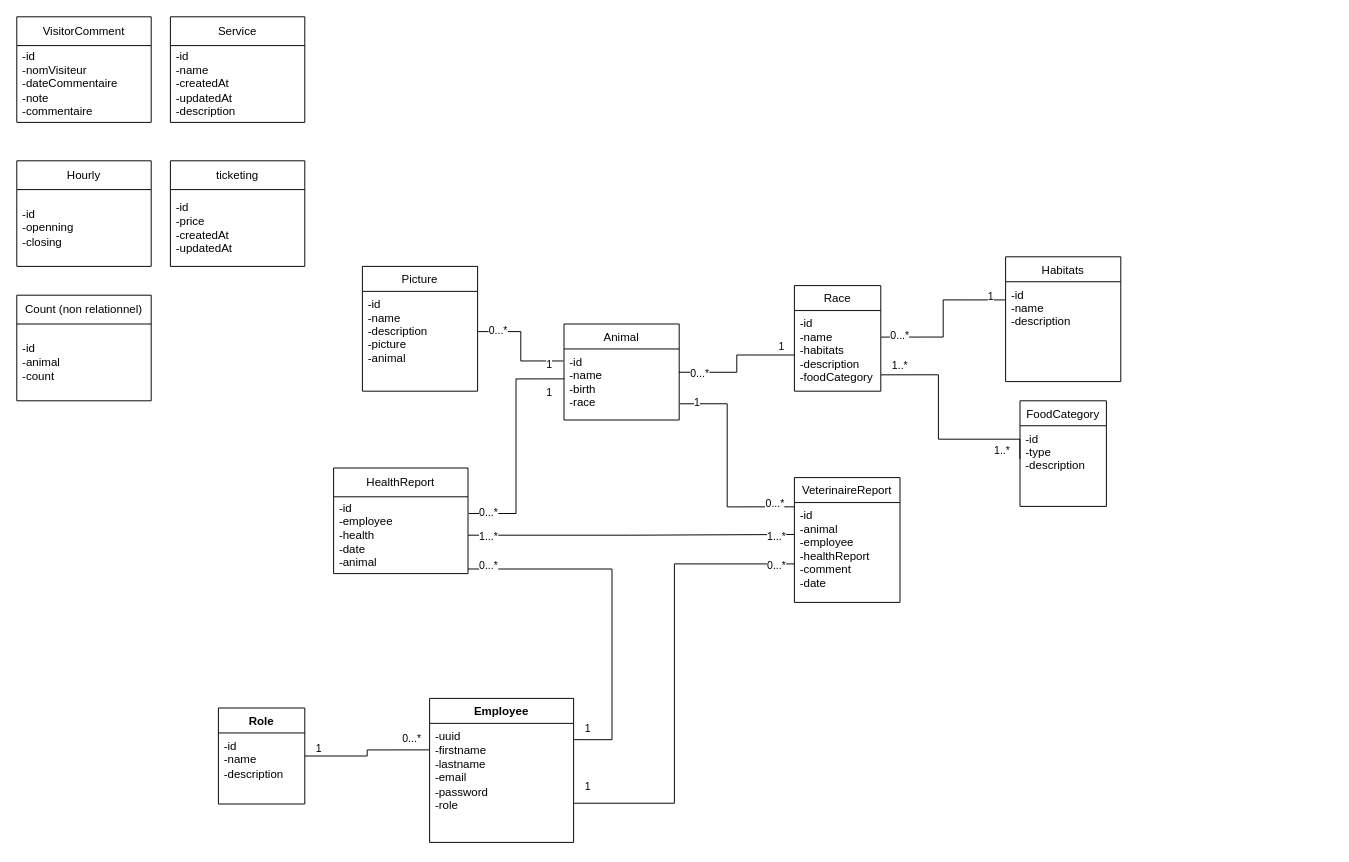
The draw.io diagram ECF - Zoo Arcadia - Diagramme de Classe.drawio in Maxence9113/Zoo-Arcadia, before the edit. Source tidied: cells renumbered, new cells numbered last; positions are measured from the earlier drawing's top-left corner, leaving out a move shared by most shapes. Both pictures are drawn from the tidied source at 96%, with x=0, y=0 at pixel (16, 16).
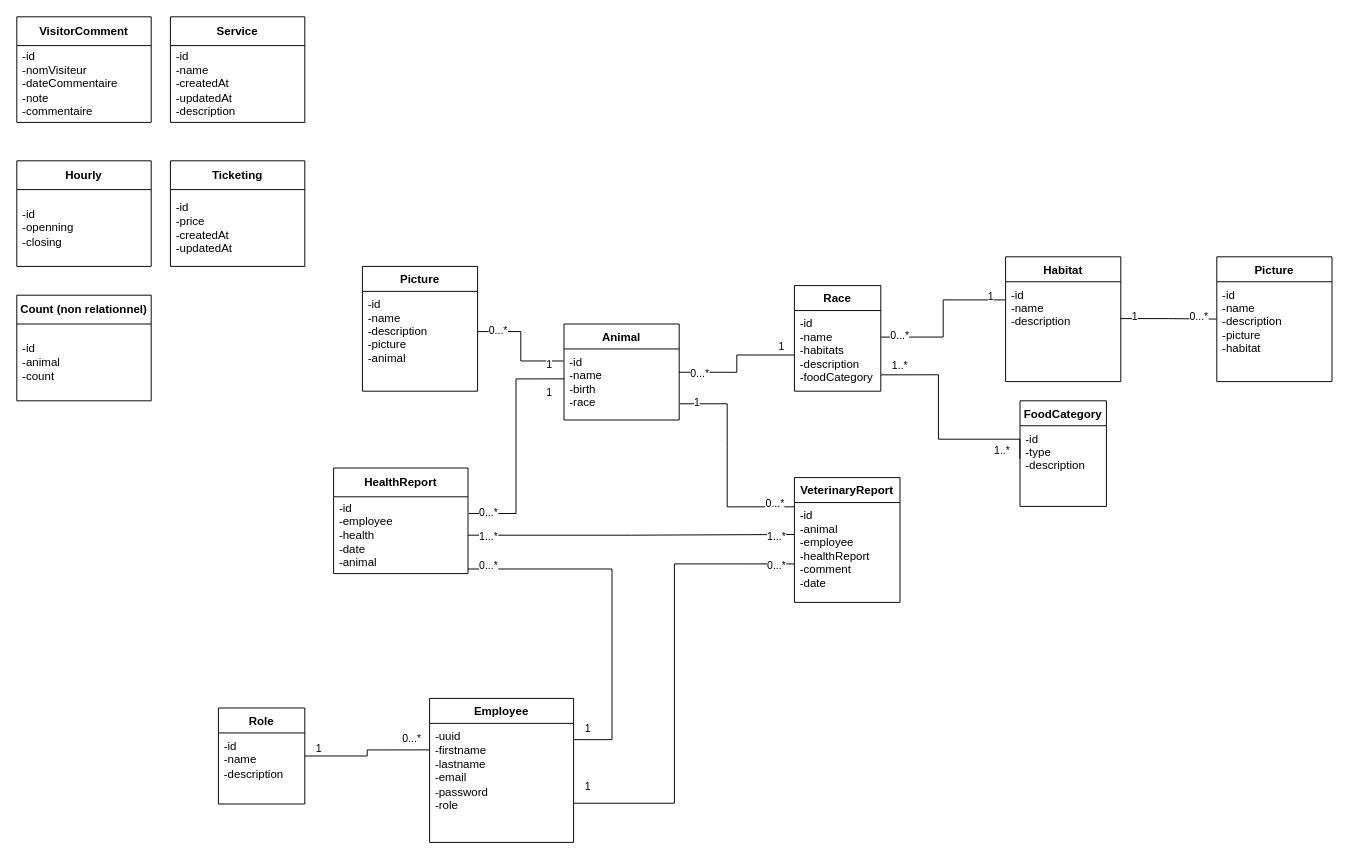
Above is the later version.

Commit message:
Mettre à jour ECF - Zoo Arcadia - Diagramme de Classe.drawio

Unchanged cells that the change refers to:
```xml
<mxCell id="15" value="-id&#10;-name&#10;-description&#10;" style="text;align=left;verticalAlign=top;spacingLeft=4;spacingRight=4;overflow=hidden;points=[[0,0.5],[1,0.5]];portConstraint=eastwest;" parent="14" vertex="1">
  <mxGeometry y="26" width="120" height="104" as="geometry" />
</mxCell>
```

The edit, as a diff of the source:
```diff
@@
-    <mxCell id="2" value="Animal" style="swimlane;fontStyle=0;align=center;verticalAlign=top;horizontal=1;startSize=26;rounded=0;shadow=0;strokeWidth=1;" parent="1" vertex="1">
+    <mxCell id="2" value="Animal" style="swimlane;fontStyle=1;align=center;verticalAlign=top;horizontal=1;startSize=26;rounded=0;shadow=0;strokeWidth=1;" parent="1" vertex="1">
       <mxGeometry x="570" y="320" width="120" height="100" as="geometry" />
     </mxCell>
@@
-    <mxCell id="4" value="Race" style="swimlane;fontStyle=0;align=center;verticalAlign=top;horizontal=1;startSize=26;rounded=0;shadow=0;strokeWidth=1;" parent="1" vertex="1">
+    <mxCell id="4" value="Race" style="swimlane;fontStyle=1;align=center;verticalAlign=top;horizontal=1;startSize=26;rounded=0;shadow=0;strokeWidth=1;" parent="1" vertex="1">
       <mxGeometry x="810" y="280" width="90" height="110" as="geometry" />
     </mxCell>
@@
-    <mxCell id="9" value="FoodCategory" style="swimlane;fontStyle=0;align=center;verticalAlign=top;horizontal=1;startSize=26;rounded=0;shadow=0;strokeWidth=1;" parent="1" vertex="1">
+    <mxCell id="9" value="FoodCategory" style="swimlane;fontStyle=1;align=center;verticalAlign=top;horizontal=1;startSize=26;rounded=0;shadow=0;strokeWidth=1;" parent="1" vertex="1">
       <mxGeometry x="1045" y="400" width="90" height="110" as="geometry" />
     </mxCell>
@@
-    <mxCell id="14" value="Habitats" style="swimlane;fontStyle=0;align=center;verticalAlign=top;horizontal=1;startSize=26;rounded=0;shadow=0;strokeWidth=1;" parent="1" vertex="1">
+    <mxCell id="14" value="Habitat" style="swimlane;fontStyle=1;align=center;verticalAlign=top;horizontal=1;startSize=26;rounded=0;shadow=0;strokeWidth=1;" parent="1" vertex="1">
       <mxGeometry x="1030" y="250" width="120" height="130" as="geometry" />
     </mxCell>
@@
-    <mxCell id="21" value="Service" style="swimlane;fontStyle=0;horizontal=1;startSize=30;whiteSpace=wrap;html=1;" parent="1" vertex="1">
+    <mxCell id="21" value="&lt;b&gt;Service&lt;/b&gt;" style="swimlane;fontStyle=0;horizontal=1;startSize=30;whiteSpace=wrap;html=1;" parent="1" vertex="1">
       <mxGeometry x="160" width="140" height="110" as="geometry" />
     </mxCell>
@@
-    <mxCell id="23" value="Picture" style="swimlane;fontStyle=0;align=center;verticalAlign=top;horizontal=1;startSize=26;rounded=0;shadow=0;strokeWidth=1;" parent="1" vertex="1">
+    <mxCell id="23" value="Picture" style="swimlane;fontStyle=1;align=center;verticalAlign=top;horizontal=1;startSize=26;rounded=0;shadow=0;strokeWidth=1;" parent="1" vertex="1">
       <mxGeometry x="360" y="260" width="120" height="130" as="geometry" />
     </mxCell>
@@
-    <mxCell id="28" value="Count (non relationnel)" style="swimlane;fontStyle=0;horizontal=1;startSize=30;whiteSpace=wrap;html=1;" parent="1" vertex="1">
+    <mxCell id="28" value="&lt;b&gt;Count (non relationnel)&lt;/b&gt;" style="swimlane;fontStyle=0;horizontal=1;startSize=30;whiteSpace=wrap;html=1;" parent="1" vertex="1">
       <mxGeometry y="290" width="140" height="110" as="geometry" />
     </mxCell>
@@
-    <mxCell id="30" value="ticketing" style="swimlane;fontStyle=0;horizontal=1;startSize=30;whiteSpace=wrap;html=1;" parent="1" vertex="1">
+    <mxCell id="30" value="&lt;b&gt;Ticketing&lt;/b&gt;" style="swimlane;fontStyle=0;horizontal=1;startSize=30;whiteSpace=wrap;html=1;" parent="1" vertex="1">
       <mxGeometry x="160" y="150" width="140" height="110" as="geometry" />
     </mxCell>
@@
-    <mxCell id="32" value="Hourly" style="swimlane;fontStyle=0;horizontal=1;startSize=30;whiteSpace=wrap;html=1;" parent="1" vertex="1">
+    <mxCell id="32" value="&lt;b&gt;Hourly&lt;/b&gt;" style="swimlane;fontStyle=0;horizontal=1;startSize=30;whiteSpace=wrap;html=1;" parent="1" vertex="1">
       <mxGeometry y="150" width="140" height="110" as="geometry" />
     </mxCell>
@@
-    <mxCell id="34" value="VisitorComment" style="swimlane;fontStyle=0;horizontal=1;startSize=30;whiteSpace=wrap;html=1;" parent="1" vertex="1">
+    <mxCell id="34" value="&lt;b&gt;VisitorComment&lt;/b&gt;" style="swimlane;fontStyle=0;horizontal=1;startSize=30;whiteSpace=wrap;html=1;" parent="1" vertex="1">
       <mxGeometry width="140" height="110" as="geometry" />
     </mxCell>
@@
-    <mxCell id="36" value="HealthReport" style="swimlane;fontStyle=0;horizontal=1;startSize=30;whiteSpace=wrap;html=1;" parent="1" vertex="1">
+    <mxCell id="36" value="&lt;b&gt;HealthReport&lt;/b&gt;" style="swimlane;fontStyle=0;horizontal=1;startSize=30;whiteSpace=wrap;html=1;" parent="1" vertex="1">
       <mxGeometry x="330" y="470" width="140" height="110" as="geometry" />
     </mxCell>
@@
-    <mxCell id="39" value="VeterinaireReport" style="swimlane;fontStyle=0;align=center;verticalAlign=top;horizontal=1;startSize=26;rounded=0;shadow=0;strokeWidth=1;" parent="1" vertex="1">
+    <mxCell id="39" value="VeterinaryReport" style="swimlane;fontStyle=1;align=center;verticalAlign=top;horizontal=1;startSize=26;rounded=0;shadow=0;strokeWidth=1;" parent="1" vertex="1">
       <mxGeometry x="810" y="480" width="110" height="130" as="geometry" />
     </mxCell>
@@
+    <mxCell id="60" value="Picture" style="swimlane;fontStyle=1;align=center;verticalAlign=top;horizontal=1;startSize=26;rounded=0;shadow=0;strokeWidth=1;" parent="1" vertex="1">
+      <mxGeometry x="1250" y="250" width="120" height="130" as="geometry" />
+    </mxCell>
+    <mxCell id="61" value="-id&#10;-name&#10;-description&#10;-picture&#10;-habitat" style="text;align=left;verticalAlign=top;spacingLeft=4;spacingRight=4;overflow=hidden;points=[[0,0.5],[1,0.5]];portConstraint=eastwest;" parent="60" vertex="1">
+      <mxGeometry y="26" width="120" height="104" as="geometry" />
+    </mxCell>
+    <mxCell id="62" style="endArrow=none;html=1;rounded=0;exitX=0.997;exitY=0.369;exitDx=0;exitDy=0;exitPerimeter=0;edgeStyle=orthogonalEdgeStyle;entryX=-0.005;entryY=0.374;entryDx=0;entryDy=0;entryPerimeter=0;" parent="1" edge="1" source="15" target="61">
+      <mxGeometry relative="1" as="geometry" />
+    </mxCell>
+    <mxCell id="63" value="1" style="edgeLabel;html=1;align=left;verticalAlign=bottom;" parent="1" vertex="1">
+      <mxGeometry x="1160" y="320" as="geometry" />
+    </mxCell>
+    <mxCell id="64" value="0...*" style="edgeLabel;html=1;align=left;verticalAlign=bottom;" parent="1" vertex="1">
+      <mxGeometry x="1220" y="320" as="geometry" />
+    </mxCell>
```
